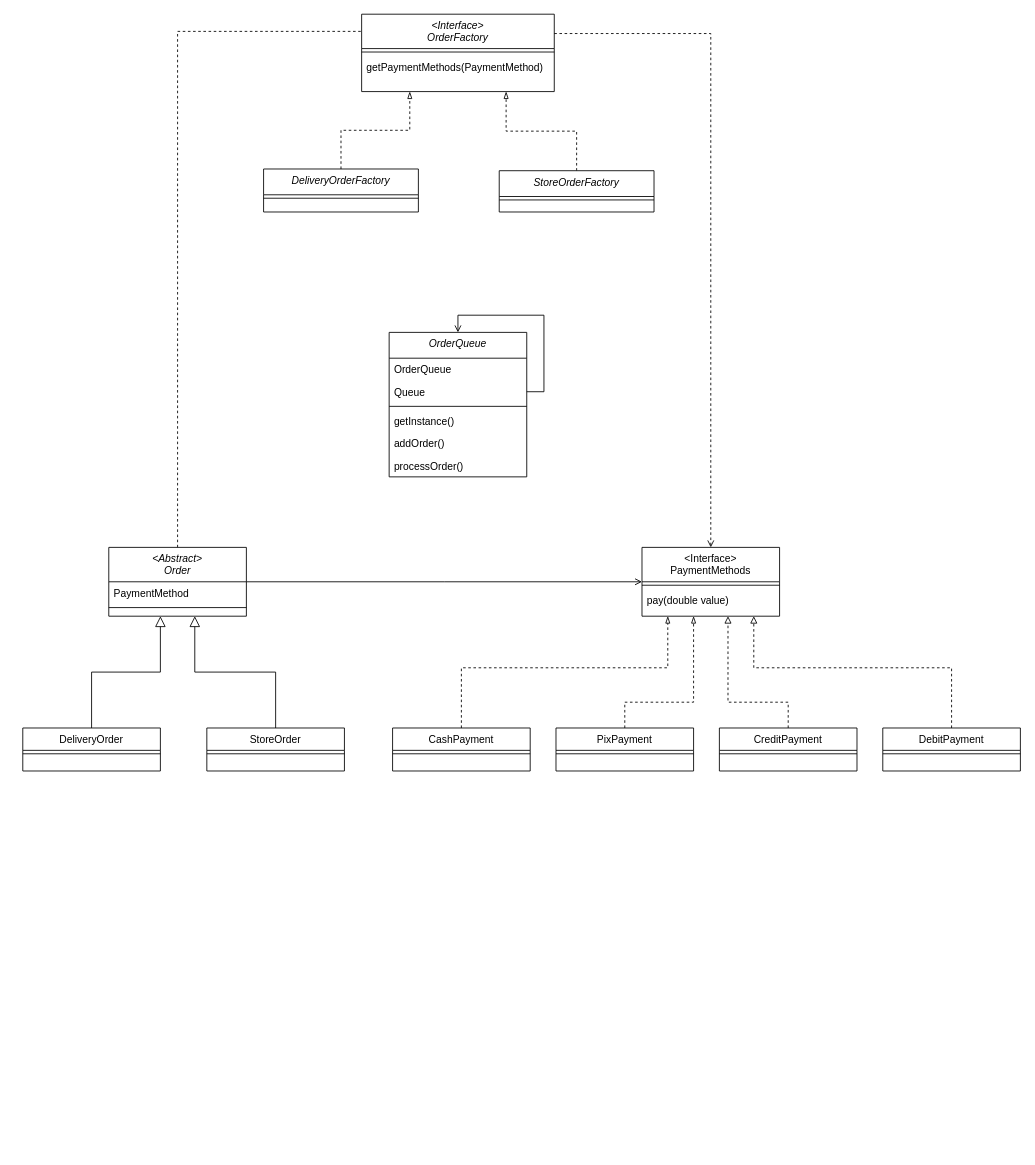
rhuannascimento/atv-01-AA-Engenharia-De-Software keeps this draw.io diagram as src/main/java/org/example/diagram/atv1.drawio. Above is the earlier version. Source tidied: cells renumbered, new cells numbered last; positions are measured from the earlier drawing's top-left corner, leaving out a move shared by most shapes. Both pictures are drawn from the tidied source at 86%, with x=0, y=0 at pixel (22, 14).
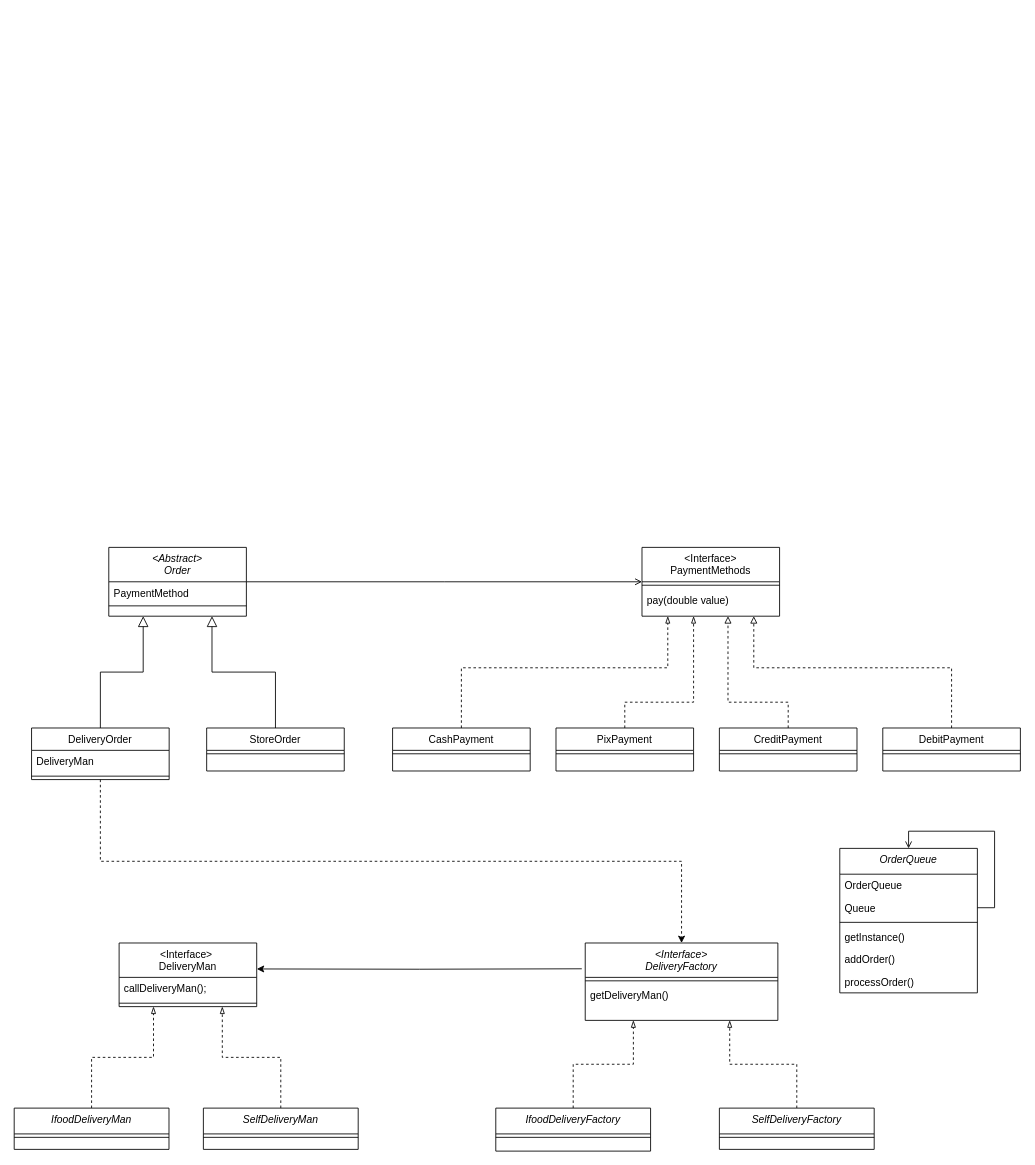
The same page after the edit.

Commit message (it also covers changes not shown here):
REFAC: UPDATE DIAGRAM

The change refers to these unchanged cells:
```xml
<mxCell id="3" value="&lt;Abstract&gt;&#10;Order" style="swimlane;fontStyle=2;align=center;verticalAlign=top;horizontal=1;startSize=40;rounded=0;shadow=0;strokeWidth=1;" parent="1" vertex="1">
  <mxGeometry x="100" y="620" width="160" height="80" as="geometry" />
</mxCell>
<mxCell id="12" value="&lt;Interface&gt;&#10;PaymentMethods" style="swimlane;fontStyle=0;align=center;verticalAlign=top;horizontal=1;startSize=40;rounded=0;shadow=0;strokeWidth=1;" parent="1" vertex="1">
  <mxGeometry x="720" y="620" width="160" height="80" as="geometry" />
</mxCell>
```

What changed in the source:
```diff
@@
-    <mxCell id="2" style="edgeStyle=orthogonalEdgeStyle;rounded=0;jettySize=auto;html=1;entryX=0;entryY=0.25;entryDx=0;entryDy=0;dashed=1;" parent="1" edge="1" source="3" target="28">
-      <mxGeometry relative="1" as="geometry">
-        <Array as="points">
-          <mxPoint x="180" y="20" />
-          <mxPoint x="402" y="20" />
-          <mxPoint x="402" y="22" />
-        </Array>
-      </mxGeometry>
-    </mxCell>
@@
-    <mxCell id="4" value="PaymentMethod" style="text;align=left;verticalAlign=top;spacingLeft=4;spacingRight=4;overflow=hidden;" parent="3" vertex="1">
-      <mxGeometry y="40" width="160" height="26" as="geometry" />
+    <mxCell id="4" value="PaymentMethod&#10;" style="text;align=left;verticalAlign=top;spacingLeft=4;spacingRight=4;overflow=hidden;" parent="3" vertex="1">
+      <mxGeometry y="40" width="160" height="20" as="geometry" />
     </mxCell>
+    <mxCell id="46" value="&#10;" style="text;align=left;verticalAlign=top;spacingLeft=4;spacingRight=4;overflow=hidden;" parent="3" vertex="1">
+      <mxGeometry y="60" width="160" height="4" as="geometry" />
+    </mxCell>
     <mxCell id="5" style="line;html=1;strokeWidth=1;align=left;verticalAlign=middle;spacingTop=-1;spacingLeft=3;spacingRight=3;labelPosition=right;" parent="3" vertex="1">
-      <mxGeometry y="66" width="160" height="8" as="geometry" />
+      <mxGeometry y="64" width="160" height="8" as="geometry" />
     </mxCell>
+    <mxCell id="47" style="edgeStyle=orthogonalEdgeStyle;rounded=0;jettySize=auto;html=1;exitX=0.5;exitY=1;exitDx=0;exitDy=0;entryX=0.5;entryY=0;entryDx=0;entryDy=0;dashed=1;" parent="1" edge="1" source="6" target="28">
+      <mxGeometry relative="1" as="geometry" />
+    </mxCell>
     <mxCell id="6" value="DeliveryOrder" style="swimlane;fontStyle=0;align=center;verticalAlign=top;horizontal=1;startSize=26;rounded=0;shadow=0;strokeWidth=1;" parent="1" vertex="1">
-      <mxGeometry y="830" width="160" height="50" as="geometry" />
+      <mxGeometry x="10.2" y="830" width="160" height="60" as="geometry" />
     </mxCell>
+    <mxCell id="48" value="DeliveryMan" style="text;align=left;verticalAlign=top;spacingLeft=4;spacingRight=4;overflow=hidden;" parent="6" vertex="1">
+      <mxGeometry y="26" width="160" height="26" as="geometry" />
+    </mxCell>
     <mxCell id="7" style="line;html=1;strokeWidth=1;align=left;verticalAlign=middle;spacingTop=-1;spacingLeft=3;spacingRight=3;labelPosition=right;" parent="6" vertex="1">
-      <mxGeometry y="26" width="160" height="8" as="geometry" />
+      <mxGeometry y="52" width="160" height="8" as="geometry" />
     </mxCell>
-    <mxCell id="8" style="endArrow=block;endSize=10;endFill=0;shadow=0;strokeWidth=1;rounded=0;curved=0;edgeStyle=elbowEdgeStyle;elbow=vertical;" parent="1" edge="1" source="6">
-      <mxGeometry relative="1" as="geometry">
-        <mxPoint x="160" y="700" as="targetPoint" />
-      </mxGeometry>
+    <mxCell id="8" style="endArrow=block;endSize=10;endFill=0;shadow=0;strokeWidth=1;rounded=0;curved=0;edgeStyle=elbowEdgeStyle;elbow=vertical;entryX=0.25;entryY=1;entryDx=0;entryDy=0;" parent="1" edge="1" source="6" target="3">
+      <mxGeometry relative="1" as="geometry" />
     </mxCell>
     <mxCell id="9" value="StoreOrder" style="swimlane;fontStyle=0;align=center;verticalAlign=top;horizontal=1;startSize=26;rounded=0;shadow=0;strokeWidth=1;" parent="1" vertex="1">
-      <mxGeometry x="214" y="830" width="160" height="50" as="geometry" />
+      <mxGeometry x="213.8" y="830" width="160" height="50" as="geometry" />
     </mxCell>
@@
-    <mxCell id="11" style="endArrow=block;endSize=10;endFill=0;shadow=0;strokeWidth=1;rounded=0;curved=0;edgeStyle=elbowEdgeStyle;elbow=vertical;" parent="1" edge="1" source="9">
-      <mxGeometry relative="1" as="geometry">
-        <mxPoint x="200" y="700" as="targetPoint" />
-      </mxGeometry>
+    <mxCell id="11" style="endArrow=block;endSize=10;endFill=0;shadow=0;strokeWidth=1;rounded=0;curved=0;edgeStyle=elbowEdgeStyle;elbow=vertical;entryX=0.75;entryY=1;entryDx=0;entryDy=0;" parent="1" edge="1" source="9" target="3">
+      <mxGeometry relative="1" as="geometry" />
     </mxCell>
@@
-    <mxCell id="28" value="&lt;Interface&gt;&#10;OrderFactory" style="swimlane;fontStyle=2;align=center;verticalAlign=top;horizontal=1;startSize=40;rounded=0;shadow=0;strokeWidth=1;" parent="1" vertex="1">
-      <mxGeometry x="394" width="224" height="90" as="geometry" />
+    <mxCell id="28" value="&lt;Interface&gt;&#10;DeliveryFactory" style="swimlane;fontStyle=2;align=center;verticalAlign=top;horizontal=1;startSize=40;rounded=0;shadow=0;strokeWidth=1;" parent="1" vertex="1">
+      <mxGeometry x="654" y="1080" width="224" height="90" as="geometry" />
     </mxCell>
@@
-    <mxCell id="30" value="getPaymentMethods(PaymentMethod)" style="text;align=left;verticalAlign=top;spacingLeft=4;spacingRight=4;overflow=hidden;" parent="28" vertex="1">
+    <mxCell id="30" value="getDeliveryMan()" style="text;align=left;verticalAlign=top;spacingLeft=4;spacingRight=4;overflow=hidden;" parent="28" vertex="1">
       <mxGeometry y="48" width="224" height="26" as="geometry" />
     </mxCell>
-    <mxCell id="31" style="edgeStyle=orthogonalEdgeStyle;rounded=0;jettySize=auto;html=1;entryX=0.25;entryY=1;entryDx=0;entryDy=0;endArrow=blockThin;endFill=0;dashed=1;" parent="1" edge="1" source="32" target="28">
+    <mxCell id="31" style="edgeStyle=orthogonalEdgeStyle;rounded=0;jettySize=auto;html=1;endArrow=blockThin;endFill=0;dashed=1;entryX=0.25;entryY=1;entryDx=0;entryDy=0;" parent="1" edge="1" source="32" target="28">
       <mxGeometry relative="1" as="geometry" />
     </mxCell>
-    <mxCell id="32" value="DeliveryOrderFactory" style="swimlane;fontStyle=2;align=center;verticalAlign=top;horizontal=1;startSize=30;rounded=0;shadow=0;strokeWidth=1;" parent="1" vertex="1">
-      <mxGeometry x="280" y="180" width="180" height="50" as="geometry" />
+    <mxCell id="32" value="IfoodDeliveryFactory" style="swimlane;fontStyle=2;align=center;verticalAlign=top;horizontal=1;startSize=30;rounded=0;shadow=0;strokeWidth=1;" parent="1" vertex="1">
+      <mxGeometry x="550" y="1272" width="180" height="50" as="geometry" />
     </mxCell>
@@
-    <mxCell id="35" value="StoreOrderFactory" style="swimlane;fontStyle=2;align=center;verticalAlign=top;horizontal=1;startSize=30;rounded=0;shadow=0;strokeWidth=1;" parent="1" vertex="1">
-      <mxGeometry x="554" y="182" width="180" height="48" as="geometry" />
+    <mxCell id="35" value="SelfDeliveryFactory" style="swimlane;fontStyle=2;align=center;verticalAlign=top;horizontal=1;startSize=30;rounded=0;shadow=0;strokeWidth=1;" parent="1" vertex="1">
+      <mxGeometry x="810" y="1272" width="180" height="48" as="geometry" />
     </mxCell>
@@
-    <mxCell id="37" style="edgeStyle=orthogonalEdgeStyle;rounded=0;jettySize=auto;html=1;entryX=0.5;entryY=0;entryDx=0;entryDy=0;exitX=1;exitY=0.25;exitDx=0;exitDy=0;dashed=1;endArrow=open;endFill=0;" parent="1" edge="1" source="28" target="12">
-      <mxGeometry relative="1" as="geometry" />
-    </mxCell>
     <mxCell id="38" value="OrderQueue" style="swimlane;fontStyle=2;align=center;verticalAlign=top;horizontal=1;startSize=30;rounded=0;shadow=0;strokeWidth=1;" parent="1" vertex="1">
-      <mxGeometry x="426" y="370" width="160" height="168" as="geometry" />
+      <mxGeometry x="950" y="970" width="160" height="168" as="geometry" />
     </mxCell>
@@
+    <mxCell id="49" value="&lt;Interface&gt; &#10;DeliveryMan" style="swimlane;fontStyle=0;align=center;verticalAlign=top;horizontal=1;startSize=40;rounded=0;shadow=0;strokeWidth=1;" parent="1" vertex="1">
+      <mxGeometry x="112" y="1080" width="160" height="74" as="geometry" />
+    </mxCell>
+    <mxCell id="50" value="callDeliveryMan();" style="text;align=left;verticalAlign=top;spacingLeft=4;spacingRight=4;overflow=hidden;" parent="49" vertex="1">
+      <mxGeometry y="40" width="160" height="26" as="geometry" />
+    </mxCell>
+    <mxCell id="51" style="line;html=1;strokeWidth=1;align=left;verticalAlign=middle;spacingTop=-1;spacingLeft=3;spacingRight=3;labelPosition=right;" parent="49" vertex="1">
+      <mxGeometry y="66" width="160" height="8" as="geometry" />
+    </mxCell>
+    <mxCell id="52" style="edgeStyle=orthogonalEdgeStyle;rounded=0;jettySize=auto;html=1;entryX=1.001;entryY=0.408;entryDx=0;entryDy=0;entryPerimeter=0;" parent="1" edge="1" target="49">
+      <mxGeometry relative="1" as="geometry">
+        <mxPoint x="650" y="1110" as="sourcePoint" />
+      </mxGeometry>
+    </mxCell>
+    <mxCell id="53" style="edgeStyle=orthogonalEdgeStyle;rounded=0;jettySize=auto;html=1;entryX=0.25;entryY=1;entryDx=0;entryDy=0;endArrow=blockThin;endFill=0;dashed=1;" parent="1" edge="1" source="54" target="49">
+      <mxGeometry relative="1" as="geometry" />
+    </mxCell>
+    <mxCell id="54" value="IfoodDeliveryMan" style="swimlane;fontStyle=2;align=center;verticalAlign=top;horizontal=1;startSize=30;rounded=0;shadow=0;strokeWidth=1;" parent="1" vertex="1">
+      <mxGeometry x="-10" y="1272" width="180" height="48" as="geometry" />
+    </mxCell>
+    <mxCell id="55" style="line;html=1;strokeWidth=1;align=left;verticalAlign=middle;spacingTop=-1;spacingLeft=3;spacingRight=3;labelPosition=right;" parent="54" vertex="1">
+      <mxGeometry y="30" width="180" height="8" as="geometry" />
+    </mxCell>
+    <mxCell id="56" style="edgeStyle=orthogonalEdgeStyle;rounded=0;jettySize=auto;html=1;entryX=0.75;entryY=1;entryDx=0;entryDy=0;endArrow=blockThin;endFill=0;dashed=1;" parent="1" edge="1" source="57" target="49">
+      <mxGeometry relative="1" as="geometry" />
+    </mxCell>
+    <mxCell id="57" value="SelfDeliveryMan" style="swimlane;fontStyle=2;align=center;verticalAlign=top;horizontal=1;startSize=30;rounded=0;shadow=0;strokeWidth=1;" parent="1" vertex="1">
+      <mxGeometry x="210" y="1272" width="180" height="48" as="geometry" />
+    </mxCell>
+    <mxCell id="58" style="line;html=1;strokeWidth=1;align=left;verticalAlign=middle;spacingTop=-1;spacingLeft=3;spacingRight=3;labelPosition=right;" parent="57" vertex="1">
+      <mxGeometry y="30" width="180" height="8" as="geometry" />
+    </mxCell>
```
